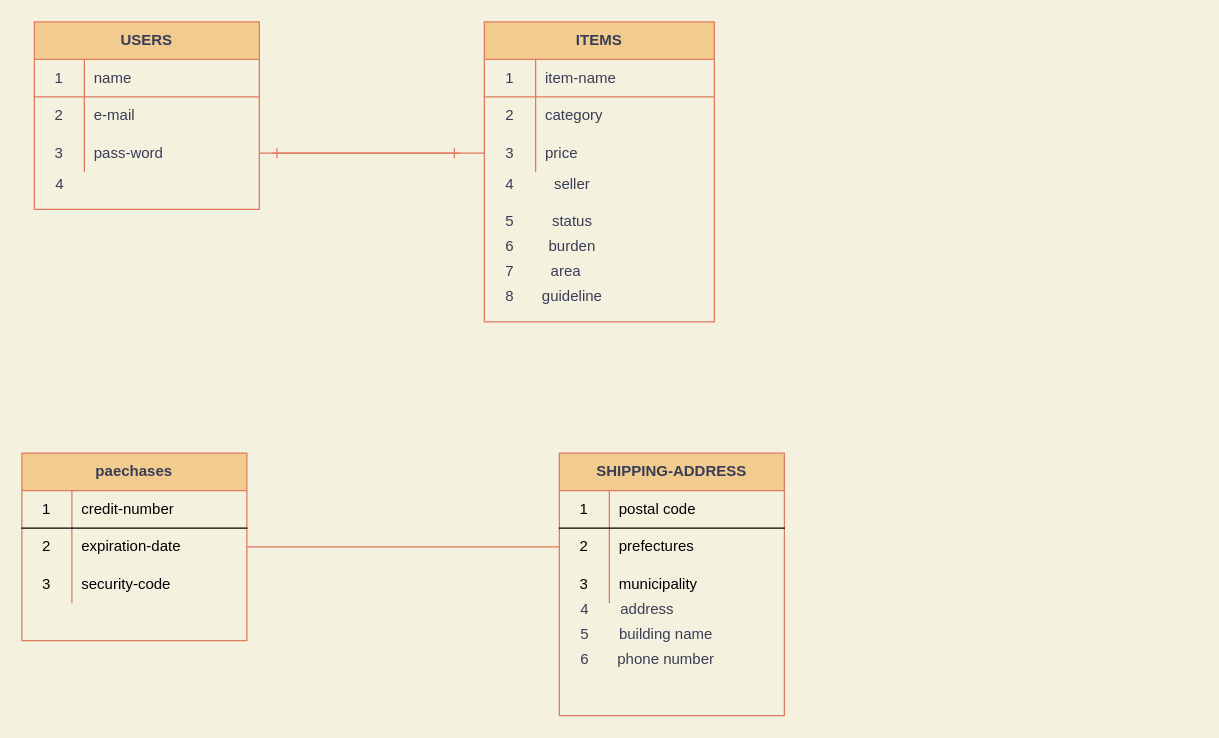
This is ER.dio from bookmaker01/furima-32094, a draw.io file, before an edit. Source tidied: cells renumbered, new cells numbered last; positions are measured from the earlier drawing's top-left corner, leaving out a move shared by most shapes. Both pictures are drawn from the tidied source at 125%, with x=0, y=0 at pixel (21, 21).
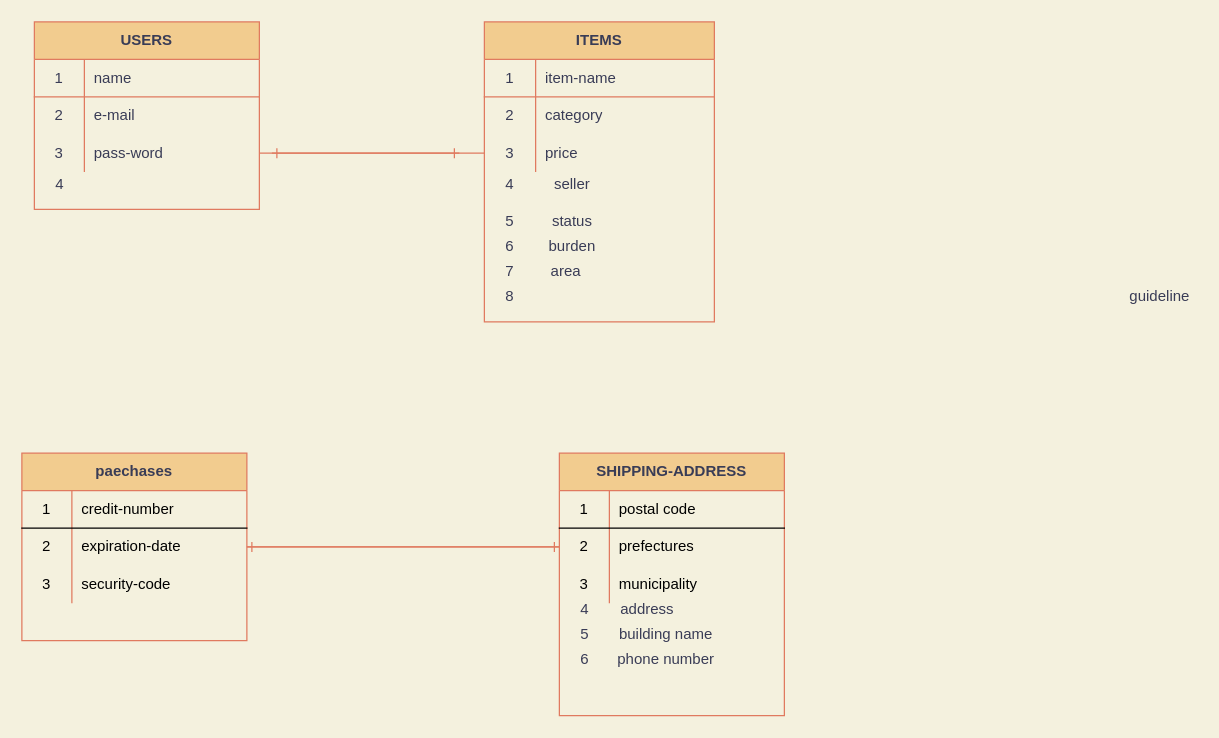
After the change.

The change refers to these unchanged cells:
```xml
<mxCell id="30" style="shape=partialRectangle;html=1;whiteSpace=wrap;fillColor=none;top=0;left=0;bottom=0;right=0;points=[[0,0.5],[1,0.5]];portConstraint=eastwest;" parent="26" vertex="1">
  <mxGeometry y="60" width="180" height="30" as="geometry" />
</mxCell>
<mxCell id="57" style="shape=partialRectangle;html=1;whiteSpace=wrap;fillColor=none;top=0;left=0;bottom=0;right=0;points=[[0,0.5],[1,0.5]];portConstraint=eastwest;" parent="53" vertex="1">
  <mxGeometry y="60" width="180" height="30" as="geometry" />
</mxCell>
```

Change to the diagram source:
```diff
@@
-    <mxCell id="17" style="edgeStyle=orthogonalEdgeStyle;curved=0;rounded=1;sketch=0;jettySize=auto;html=1;exitX=1;exitY=0.5;exitDx=0;exitDy=0;endArrow=none;endFill=0;strokeColor=#E07A5F;fillColor=#F2CC8F;fontColor=#393C56;" parent="1" edge="1" source="30" target="57">
+    <mxCell id="17" style="edgeStyle=orthogonalEdgeStyle;curved=0;rounded=1;sketch=0;jettySize=auto;html=1;endArrow=ERone;endFill=0;strokeColor=#E07A5F;fillColor=#F2CC8F;fontColor=#393C56;exitX=1;exitY=0.5;exitDx=0;exitDy=0;" parent="1" edge="1" source="30" target="57">
       <mxGeometry relative="1" as="geometry" />
     </mxCell>
@@
     <mxCell id="52" value="guideline" style="text;html=1;align=center;verticalAlign=middle;fontColor=#393C56;" parent="1" vertex="1">
-      <mxGeometry x="410" y="210" width="60" height="20" as="geometry" />
+      <mxGeometry x="880" y="210" width="60" height="20" as="geometry" />
     </mxCell>
@@
+    <mxCell id="63" style="edgeStyle=orthogonalEdgeStyle;curved=0;rounded=1;sketch=0;jettySize=auto;html=1;exitX=0;exitY=0.5;exitDx=0;exitDy=0;endArrow=ERone;endFill=0;strokeColor=#E07A5F;fillColor=#F2CC8F;fontColor=#393C56;entryX=1;entryY=0.5;entryDx=0;entryDy=0;" parent="1" edge="1" source="57" target="30">
+      <mxGeometry relative="1" as="geometry" />
+    </mxCell>
```
